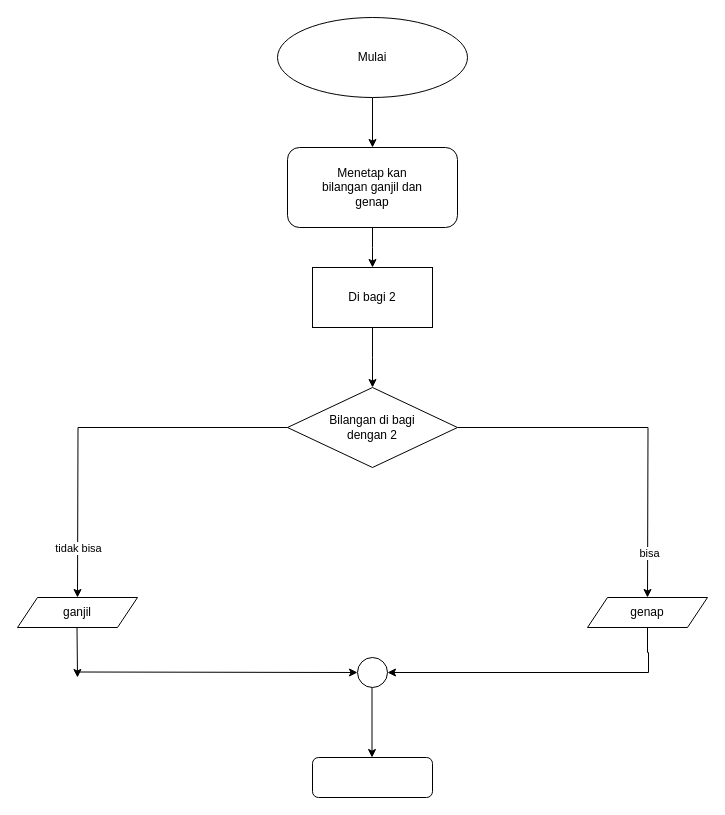
Rafiq009/ALGO_A_23241005 keeps this draw.io diagram as TUGAS MENGHITUNG Diagra.drawio. Above is the earlier version. Source tidied: cells renumbered, new cells numbered last; positions are measured from the earlier drawing's top-left corner, leaving out a move shared by most shapes. Both pictures are drawn from the tidied source at 100%, with x=0, y=0 at pixel (17, 17).
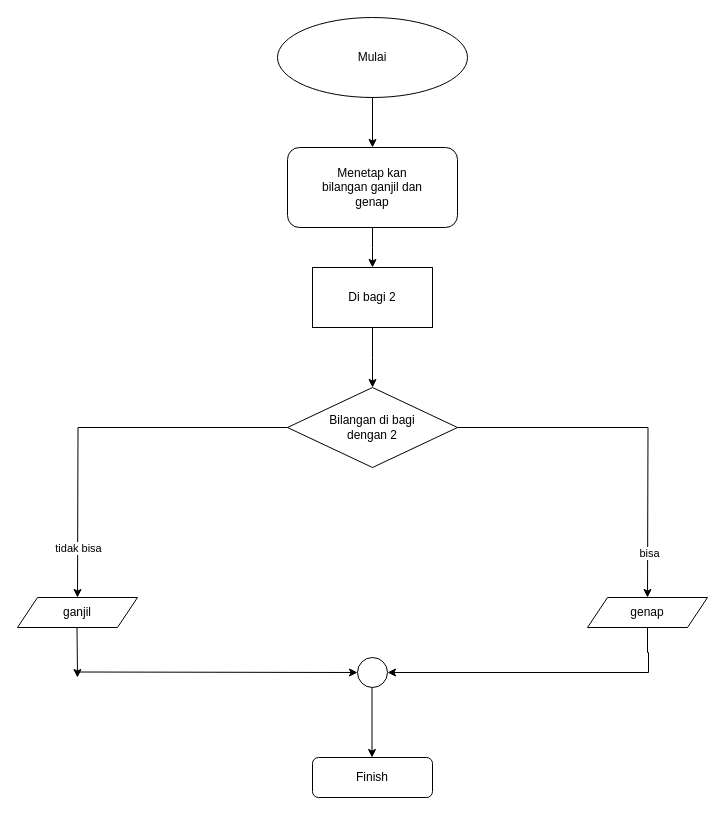
After the change.

What changed in the source:
```diff
@@
-    <mxCell id="20" style="rounded=1;whiteSpace=wrap;html=1;" parent="1" vertex="1">
+    <mxCell id="20" value="Finish" style="rounded=1;whiteSpace=wrap;html=1;" parent="1" vertex="1">
       <mxGeometry x="295" y="740" width="120" height="40" as="geometry" />
     </mxCell>
```
